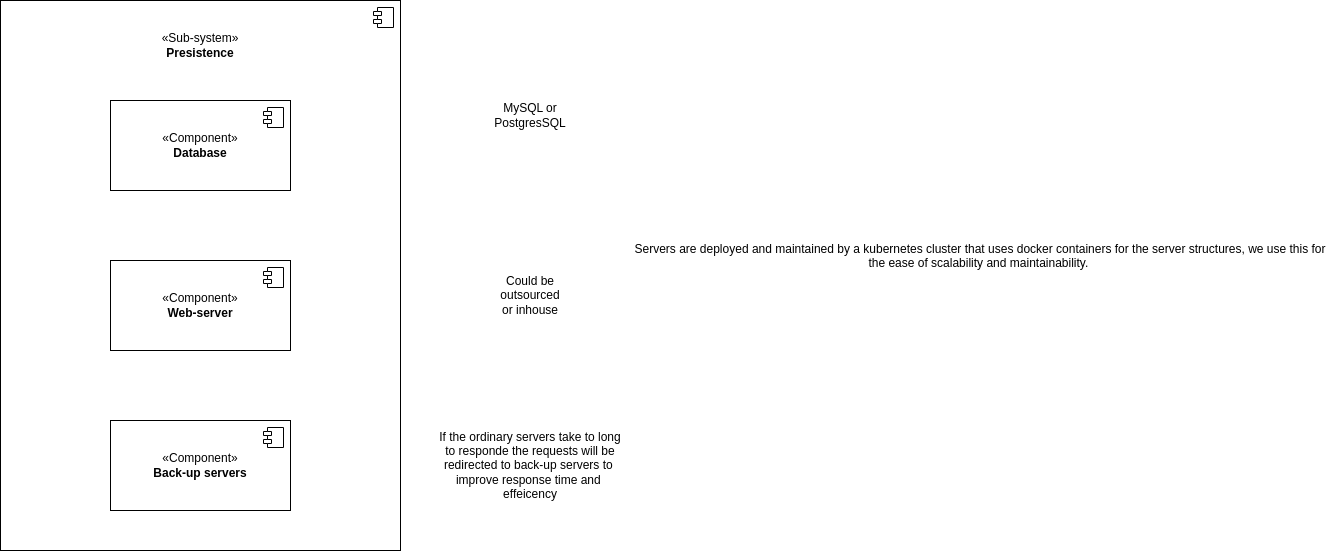
Above: fen/y3/code/2dt902/labs/proj/img/sub-system1.drawio.png in TheFirstFen/lnu (draw.io), before the change. Source tidied: cells renumbered, new cells last; positions are measured from the earlier drawing's top-left corner, leaving out a move shared by most shapes. Source of this version:
```xml
<mxGraphModel background="#ffffff">
  <root>
    <mxCell id="0" />
    <mxCell id="1" parent="0" />
    <mxCell id="2" style="html=1;whiteSpace=wrap;" parent="1" vertex="1">
      <mxGeometry width="400" height="550" as="geometry" />
    </mxCell>
    <mxCell id="3" style="shape=module;jettyWidth=8;jettyHeight=4;" parent="2" vertex="1">
      <mxGeometry x="1" width="20" height="20" relative="1" as="geometry">
        <mxPoint x="-27" y="7" as="offset" />
      </mxGeometry>
    </mxCell>
    <mxCell id="4" value="«Sub-system»&lt;br&gt;&lt;b&gt;Presistence&lt;/b&gt;" style="text;html=1;align=center;verticalAlign=middle;whiteSpace=wrap;rounded=0;" parent="1" vertex="1">
      <mxGeometry x="160" y="30" width="80" height="30" as="geometry" />
    </mxCell>
    <mxCell id="5" value="«Component»&lt;br&gt;&lt;b&gt;Database&lt;/b&gt;" style="html=1;whiteSpace=wrap;" parent="1" vertex="1">
      <mxGeometry x="110" y="100" width="180" height="90" as="geometry" />
    </mxCell>
    <mxCell id="6" style="shape=module;jettyWidth=8;jettyHeight=4;" parent="5" vertex="1">
      <mxGeometry x="1" width="20" height="20" relative="1" as="geometry">
        <mxPoint x="-27" y="7" as="offset" />
      </mxGeometry>
    </mxCell>
    <mxCell id="7" value="«Component»&lt;br&gt;&lt;b&gt;Web-server&lt;/b&gt;" style="html=1;whiteSpace=wrap;" parent="1" vertex="1">
      <mxGeometry x="110" y="260" width="180" height="90" as="geometry" />
    </mxCell>
    <mxCell id="8" style="shape=module;jettyWidth=8;jettyHeight=4;" parent="7" vertex="1">
      <mxGeometry x="1" width="20" height="20" relative="1" as="geometry">
        <mxPoint x="-27" y="7" as="offset" />
      </mxGeometry>
    </mxCell>
    <mxCell id="9" value="«Component»&lt;br&gt;&lt;b&gt;Back-up servers&lt;/b&gt;" style="html=1;whiteSpace=wrap;" parent="1" vertex="1">
      <mxGeometry x="110" y="420" width="180" height="90" as="geometry" />
    </mxCell>
    <mxCell id="10" style="shape=module;jettyWidth=8;jettyHeight=4;" parent="9" vertex="1">
      <mxGeometry x="1" width="20" height="20" relative="1" as="geometry">
        <mxPoint x="-27" y="7" as="offset" />
      </mxGeometry>
    </mxCell>
    <mxCell id="11" value="MySQL or PostgresSQL" style="text;html=1;align=center;verticalAlign=middle;whiteSpace=wrap;rounded=0;" parent="1" vertex="1">
      <mxGeometry x="470" y="100" width="120" height="30" as="geometry" />
    </mxCell>
    <mxCell id="12" value="Could be outsourced or inhouse" style="text;html=1;align=center;verticalAlign=middle;whiteSpace=wrap;rounded=0;" parent="1" vertex="1">
      <mxGeometry x="500" y="280" width="60" height="30" as="geometry" />
    </mxCell>
    <mxCell id="13" value="Servers are deployed and maintained by a kubernetes cluster that uses docker containers for the server structures, we use this for the ease of scalability and maintainability.&amp;nbsp;&lt;div&gt;&lt;br&gt;&lt;/div&gt;&lt;div&gt;&lt;br&gt;&lt;/div&gt;" style="text;html=1;align=center;verticalAlign=middle;whiteSpace=wrap;rounded=0;" parent="1" vertex="1">
      <mxGeometry x="630" y="20" width="700" height="500" as="geometry" />
    </mxCell>
    <mxCell id="14" value="&lt;span style=&quot;text-wrap: nowrap;&quot;&gt;If the ordinary servers take to long&lt;/span&gt;&lt;div&gt;&lt;span style=&quot;text-wrap: nowrap;&quot;&gt;&amp;nbsp;to responde the requests will be&amp;nbsp;&lt;/span&gt;&lt;/div&gt;&lt;div&gt;&lt;span style=&quot;text-wrap: nowrap;&quot;&gt;redirected to back-up servers to&amp;nbsp;&lt;/span&gt;&lt;/div&gt;&lt;div&gt;&lt;span style=&quot;text-wrap: nowrap;&quot;&gt;improve response time and&amp;nbsp;&lt;/span&gt;&lt;/div&gt;&lt;div&gt;&lt;span style=&quot;text-wrap: nowrap;&quot;&gt;effeicency&lt;/span&gt;&lt;/div&gt;" style="text;html=1;align=center;verticalAlign=middle;whiteSpace=wrap;rounded=0;" parent="1" vertex="1">
      <mxGeometry x="435" y="415" width="190" height="100" as="geometry" />
    </mxCell>
  </root>
</mxGraphModel>
```
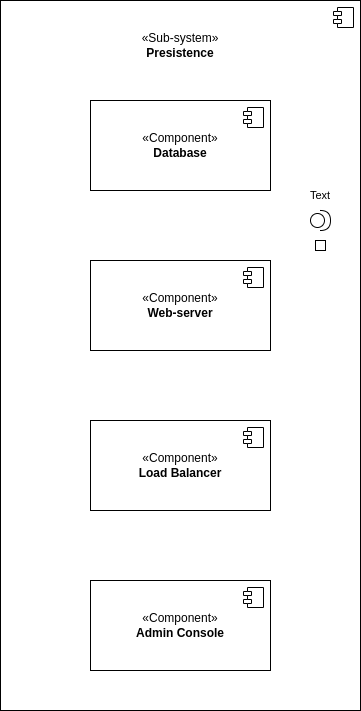
After the change.

Change to the diagram source:
```diff
@@ -3,7 +3,7 @@
     <mxCell id="0" />
     <mxCell id="1" parent="0" />
     <mxCell id="2" style="html=1;whiteSpace=wrap;" parent="1" vertex="1">
-      <mxGeometry width="400" height="550" as="geometry" />
+      <mxGeometry x="20" width="360" height="710" as="geometry" />
     </mxCell>
     <mxCell id="3" style="shape=module;jettyWidth=8;jettyHeight=4;" parent="2" vertex="1">
       <mxGeometry x="1" width="20" height="20" relative="1" as="geometry">
@@ -29,7 +29,7 @@
         <mxPoint x="-27" y="7" as="offset" />
       </mxGeometry>
     </mxCell>
-    <mxCell id="9" value="«Component»&lt;br&gt;&lt;b&gt;Back-up servers&lt;/b&gt;" style="html=1;whiteSpace=wrap;" parent="1" vertex="1">
+    <mxCell id="9" value="«Component»&lt;br&gt;&lt;b&gt;Load Balancer&lt;/b&gt;" style="html=1;whiteSpace=wrap;" parent="1" vertex="1">
       <mxGeometry x="110" y="420" width="180" height="90" as="geometry" />
     </mxCell>
     <mxCell id="10" style="shape=module;jettyWidth=8;jettyHeight=4;" parent="9" vertex="1">
@@ -37,17 +37,22 @@
         <mxPoint x="-27" y="7" as="offset" />
       </mxGeometry>
     </mxCell>
-    <mxCell id="11" value="MySQL or PostgresSQL" style="text;html=1;align=center;verticalAlign=middle;whiteSpace=wrap;rounded=0;" parent="1" vertex="1">
-      <mxGeometry x="470" y="100" width="120" height="30" as="geometry" />
-    </mxCell>
-    <mxCell id="12" value="Could be outsourced or inhouse" style="text;html=1;align=center;verticalAlign=middle;whiteSpace=wrap;rounded=0;" parent="1" vertex="1">
-      <mxGeometry x="500" y="280" width="60" height="30" as="geometry" />
-    </mxCell>
-    <mxCell id="13" value="Servers are deployed and maintained by a kubernetes cluster that uses docker containers for the server structures, we use this for the ease of scalability and maintainability.&amp;nbsp;&lt;div&gt;&lt;br&gt;&lt;/div&gt;&lt;div&gt;&lt;br&gt;&lt;/div&gt;" style="text;html=1;align=center;verticalAlign=middle;whiteSpace=wrap;rounded=0;" parent="1" vertex="1">
-      <mxGeometry x="630" y="20" width="700" height="500" as="geometry" />
-    </mxCell>
-    <mxCell id="14" value="&lt;span style=&quot;text-wrap: nowrap;&quot;&gt;If the ordinary servers take to long&lt;/span&gt;&lt;div&gt;&lt;span style=&quot;text-wrap: nowrap;&quot;&gt;&amp;nbsp;to responde the requests will be&amp;nbsp;&lt;/span&gt;&lt;/div&gt;&lt;div&gt;&lt;span style=&quot;text-wrap: nowrap;&quot;&gt;redirected to back-up servers to&amp;nbsp;&lt;/span&gt;&lt;/div&gt;&lt;div&gt;&lt;span style=&quot;text-wrap: nowrap;&quot;&gt;improve response time and&amp;nbsp;&lt;/span&gt;&lt;/div&gt;&lt;div&gt;&lt;span style=&quot;text-wrap: nowrap;&quot;&gt;effeicency&lt;/span&gt;&lt;/div&gt;" style="text;html=1;align=center;verticalAlign=middle;whiteSpace=wrap;rounded=0;" parent="1" vertex="1">
-      <mxGeometry x="435" y="415" width="190" height="100" as="geometry" />
-    </mxCell>
+    <mxCell id="15" value="«Component»&lt;br&gt;&lt;b&gt;Admin Console&lt;/b&gt;" style="html=1;whiteSpace=wrap;" parent="1" vertex="1">
+      <mxGeometry x="110" y="580" width="180" height="90" as="geometry" />
+    </mxCell>
+    <mxCell id="16" style="shape=module;jettyWidth=8;jettyHeight=4;" parent="15" vertex="1">
+      <mxGeometry x="1" width="20" height="20" relative="1" as="geometry">
+        <mxPoint x="-27" y="7" as="offset" />
+      </mxGeometry>
+    </mxCell>
+    <mxCell id="17" style="shape=providedRequiredInterface;html=1;verticalLabelPosition=bottom;sketch=0;fontFamily=Helvetica;fontSize=11;fontColor=default;labelBackgroundColor=default;" parent="1" vertex="1">
+      <mxGeometry x="330" y="210" width="20" height="20" as="geometry" />
+    </mxCell>
+    <mxCell id="18" value="Text" style="text;html=1;align=center;verticalAlign=middle;whiteSpace=wrap;rounded=0;fontFamily=Helvetica;fontSize=11;fontColor=default;labelBackgroundColor=default;" parent="1" vertex="1">
+      <mxGeometry x="310" y="180" width="60" height="30" as="geometry" />
+    </mxCell>
+    <mxCell id="19" style="html=1;whiteSpace=wrap;fontFamily=Helvetica;fontSize=11;fontColor=default;labelBackgroundColor=default;" parent="1" vertex="1">
+      <mxGeometry x="335" y="240" width="10" height="10" as="geometry" />
+    </mxCell>
   </root>
 </mxGraphModel>
```
